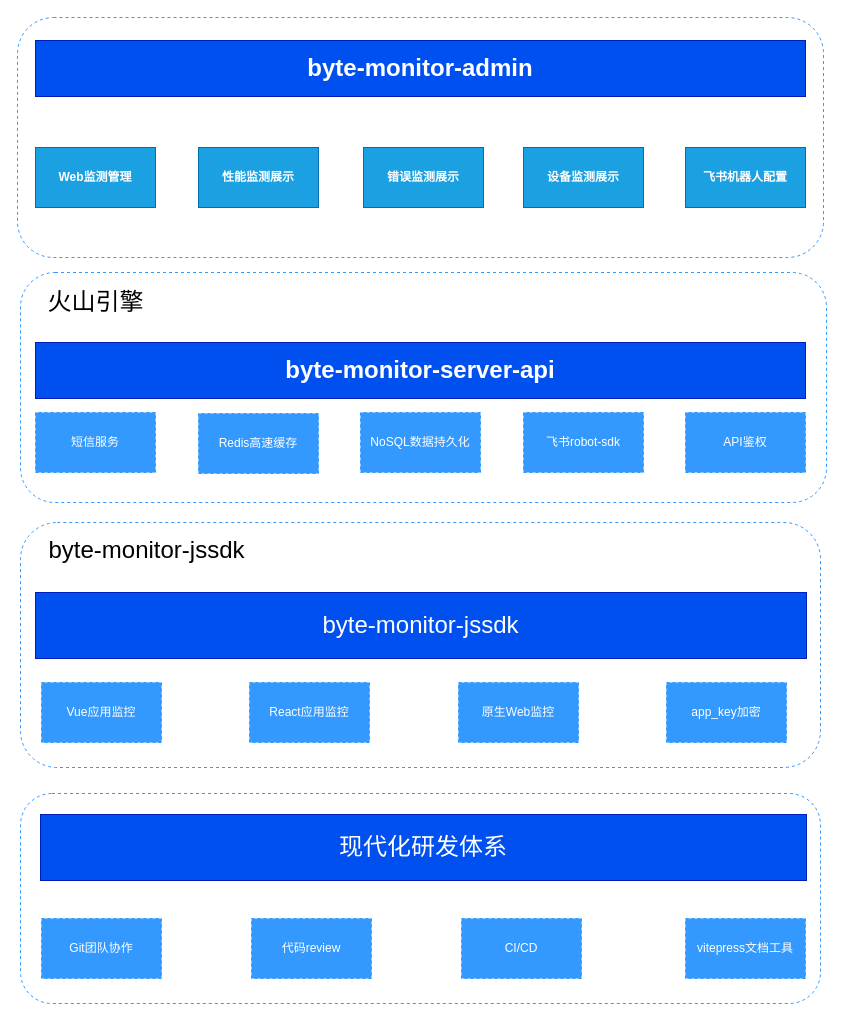
ByteWebMonitor/byte-monitor-docs keeps this draw.io diagram as docs/structure.drawio. Above is the earlier version. Source tidied: cells renumbered, new cells numbered last; positions are measured from the earlier drawing's top-left corner, leaving out a move shared by most shapes. Both pictures are drawn from the tidied source at 100%, with x=0, y=0 at pixel (17, 17).
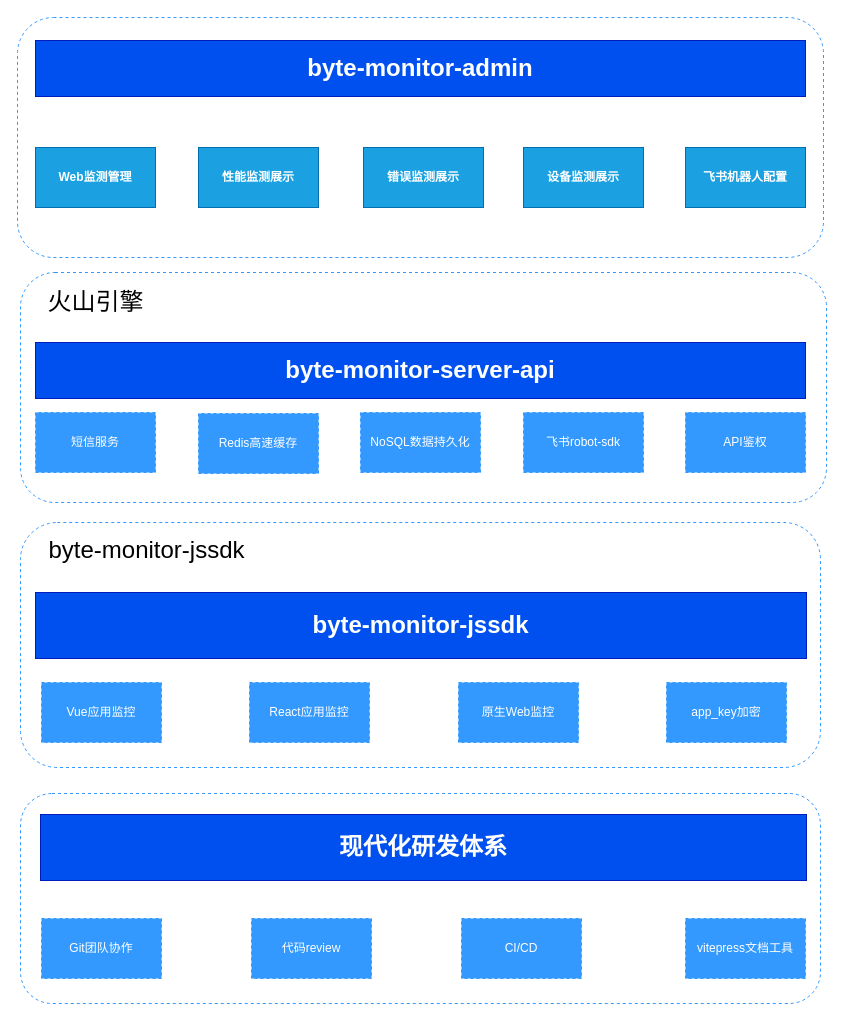
The same page after the edit.

Diff of the diagram source:
```diff
@@
-    <mxCell id="3" value="&lt;font style=&quot;font-size: 24px&quot;&gt;byte-monitor-jssdk&lt;/font&gt;" style="rounded=0;whiteSpace=wrap;html=1;fillColor=#0050ef;strokeColor=#001DBC;fontColor=#ffffff;" parent="1" vertex="1">
+    <mxCell id="3" value="&lt;font style=&quot;font-size: 24px&quot;&gt;&lt;b&gt;byte-monitor-jssdk&lt;/b&gt;&lt;/font&gt;" style="rounded=0;whiteSpace=wrap;html=1;fillColor=#0050ef;strokeColor=#001DBC;fontColor=#ffffff;" parent="1" vertex="1">
       <mxGeometry x="18" y="575" width="771" height="66" as="geometry" />
     </mxCell>
@@
-    <mxCell id="22" value="&lt;font style=&quot;font-size: 24px&quot;&gt;现代化研发体系&lt;/font&gt;" style="rounded=0;whiteSpace=wrap;html=1;fillColor=#0050ef;strokeColor=#001DBC;fontColor=#ffffff;" parent="1" vertex="1">
+    <mxCell id="22" value="&lt;font style=&quot;font-size: 24px&quot;&gt;&lt;b&gt;现代化研发体系&lt;/b&gt;&lt;/font&gt;" style="rounded=0;whiteSpace=wrap;html=1;fillColor=#0050ef;strokeColor=#001DBC;fontColor=#ffffff;" parent="1" vertex="1">
       <mxGeometry x="23" y="797" width="766" height="66" as="geometry" />
     </mxCell>
```
